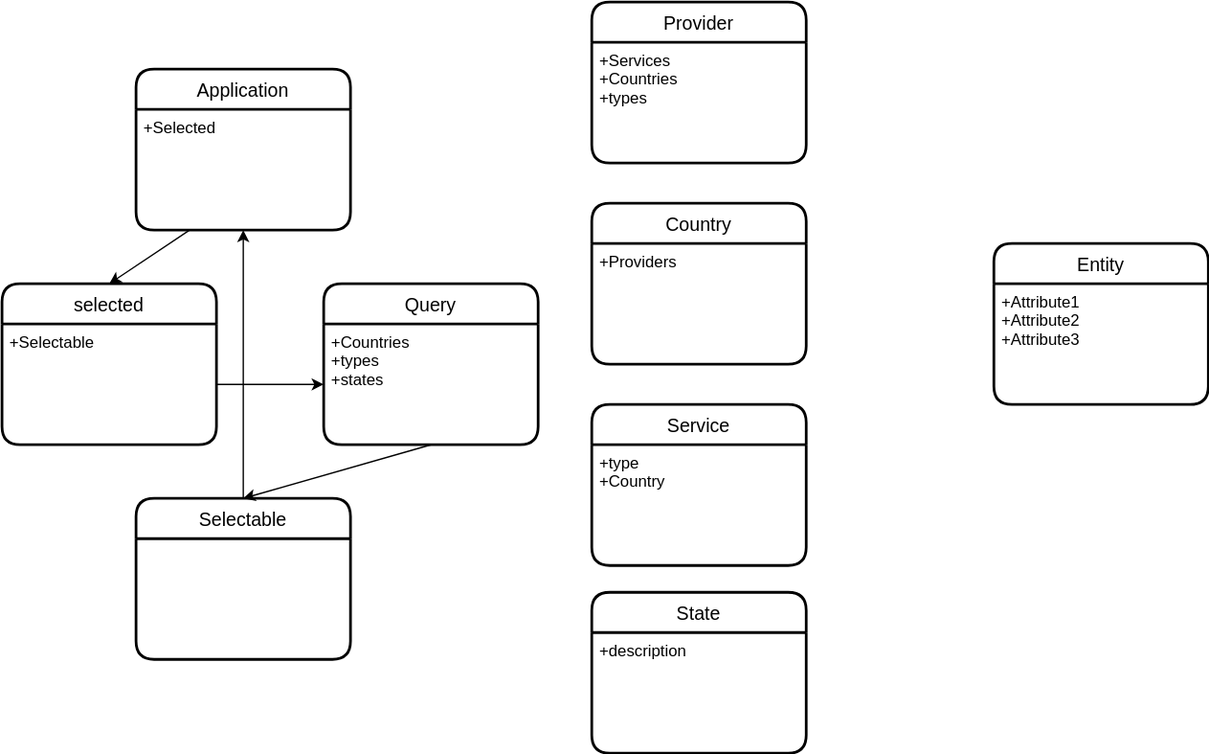
Geostartico/Trusted-list-browser keeps this draw.io diagram as documentation/domain model/Domain_diagram.svg. Above is the earlier version. Source tidied: cells renumbered, new cells last; positions are measured from the earlier drawing's top-left corner, leaving out a move shared by most shapes. Its diagram source:
```xml
<mxGraphModel>
  <root>
    <mxCell id="0" />
    <mxCell id="1" parent="0" />
    <mxCell id="2" value="Country" style="swimlane;horizontal=1;startSize=30;rounded=1;fontSize=14;fontStyle=0;strokeWidth=2;shadow=0;dashed=0;align=center;" parent="1" vertex="1">
      <mxGeometry x="440" y="150" width="160" height="120" as="geometry" />
    </mxCell>
    <mxCell id="3" value="+Providers" style="align=left;strokeColor=none;fillColor=none;spacingLeft=4;fontSize=12;verticalAlign=top;" parent="2" vertex="1">
      <mxGeometry y="30" width="160" height="90" as="geometry" />
    </mxCell>
    <mxCell id="4" value="Provider" style="swimlane;horizontal=1;startSize=30;rounded=1;fontSize=14;fontStyle=0;strokeWidth=2;shadow=0;dashed=0;align=center;" parent="1" vertex="1">
      <mxGeometry x="440" width="160" height="120" as="geometry" />
    </mxCell>
    <mxCell id="5" value="+Services&#10;+Countries&#10;+types" style="align=left;strokeColor=none;fillColor=none;spacingLeft=4;fontSize=12;verticalAlign=top;" parent="4" vertex="1">
      <mxGeometry y="30" width="160" height="90" as="geometry" />
    </mxCell>
    <mxCell id="6" value="Service" style="swimlane;horizontal=1;startSize=30;rounded=1;fontSize=14;fontStyle=0;strokeWidth=2;shadow=0;dashed=0;align=center;" parent="1" vertex="1">
      <mxGeometry x="440" y="300" width="160" height="120" as="geometry" />
    </mxCell>
    <mxCell id="7" value="+type&#10;+Country" style="align=left;strokeColor=none;fillColor=none;spacingLeft=4;fontSize=12;verticalAlign=top;" parent="6" vertex="1">
      <mxGeometry y="30" width="160" height="90" as="geometry" />
    </mxCell>
    <mxCell id="8" value="Query" style="swimlane;horizontal=1;startSize=30;rounded=1;fontSize=14;fontStyle=0;strokeWidth=2;shadow=0;dashed=0;align=center;" parent="1" vertex="1">
      <mxGeometry x="240" y="210" width="160" height="120" as="geometry" />
    </mxCell>
    <mxCell id="9" value="+Countries&#10;+types&#10;+states&#10;&#10;&#10;" style="align=left;strokeColor=none;fillColor=none;spacingLeft=4;fontSize=12;verticalAlign=top;" parent="8" vertex="1">
      <mxGeometry y="30" width="160" height="90" as="geometry" />
    </mxCell>
    <mxCell id="10" value="State" style="swimlane;horizontal=1;startSize=30;rounded=1;fontSize=14;fontStyle=0;strokeWidth=2;shadow=0;dashed=0;align=center;" parent="1" vertex="1">
      <mxGeometry x="440" y="440" width="160" height="120" as="geometry" />
    </mxCell>
    <mxCell id="11" value="+description" style="align=left;strokeColor=none;fillColor=none;spacingLeft=4;fontSize=12;verticalAlign=top;" parent="10" vertex="1">
      <mxGeometry y="30" width="160" height="90" as="geometry" />
    </mxCell>
    <mxCell id="12" style="edgeStyle=none;rounded=0;jettySize=auto;html=1;exitX=0.5;exitY=0;exitDx=0;exitDy=0;entryX=0.5;entryY=1;entryDx=0;entryDy=0;" parent="1" edge="1" source="13" target="17">
      <mxGeometry relative="1" as="geometry" />
    </mxCell>
    <mxCell id="13" value="Selectable" style="swimlane;horizontal=1;startSize=30;rounded=1;fontSize=14;fontStyle=0;strokeWidth=2;shadow=0;dashed=0;align=center;" parent="1" vertex="1">
      <mxGeometry x="100" y="370" width="160" height="120" as="geometry" />
    </mxCell>
    <mxCell id="14" value="selected" style="swimlane;horizontal=1;startSize=30;rounded=1;fontSize=14;fontStyle=0;strokeWidth=2;shadow=0;dashed=0;align=center;" parent="1" vertex="1">
      <mxGeometry y="210" width="160" height="120" as="geometry" />
    </mxCell>
    <mxCell id="15" value="+Selectable" style="align=left;strokeColor=none;fillColor=none;spacingLeft=4;fontSize=12;verticalAlign=top;" parent="14" vertex="1">
      <mxGeometry y="30" width="160" height="90" as="geometry" />
    </mxCell>
    <mxCell id="16" value="Application" style="swimlane;horizontal=1;startSize=30;rounded=1;fontSize=14;fontStyle=0;strokeWidth=2;shadow=0;dashed=0;align=center;" parent="1" vertex="1">
      <mxGeometry x="100" y="50" width="160" height="120" as="geometry" />
    </mxCell>
    <mxCell id="17" value="+Selected" style="align=left;strokeColor=none;fillColor=none;spacingLeft=4;fontSize=12;verticalAlign=top;" parent="16" vertex="1">
      <mxGeometry y="30" width="160" height="90" as="geometry" />
    </mxCell>
    <mxCell id="18" style="edgeStyle=none;rounded=0;jettySize=auto;html=1;exitX=0.5;exitY=1;exitDx=0;exitDy=0;entryX=0.5;entryY=0;entryDx=0;entryDy=0;" parent="1" edge="1" source="9" target="13">
      <mxGeometry relative="1" as="geometry" />
    </mxCell>
    <mxCell id="19" style="edgeStyle=none;rounded=0;jettySize=auto;html=1;exitX=0.25;exitY=1;exitDx=0;exitDy=0;entryX=0.5;entryY=0;entryDx=0;entryDy=0;" parent="1" edge="1" source="17" target="14">
      <mxGeometry relative="1" as="geometry" />
    </mxCell>
    <mxCell id="20" style="edgeStyle=none;rounded=0;jettySize=auto;html=1;exitX=1;exitY=0.5;exitDx=0;exitDy=0;" parent="1" edge="1" source="15" target="9">
      <mxGeometry relative="1" as="geometry" />
    </mxCell>
    <mxCell id="21" value="Entity" style="swimlane;horizontal=1;startSize=30;rounded=1;fontSize=14;fontStyle=0;strokeWidth=2;shadow=0;dashed=0;align=center;" parent="1" vertex="1">
      <mxGeometry x="740" y="180" width="160" height="120" as="geometry" />
    </mxCell>
    <mxCell id="22" value="+Attribute1&#10;+Attribute2&#10;+Attribute3" style="align=left;strokeColor=none;fillColor=none;spacingLeft=4;fontSize=12;verticalAlign=top;" parent="21" vertex="1">
      <mxGeometry y="30" width="160" height="90" as="geometry" />
    </mxCell>
  </root>
</mxGraphModel>
```
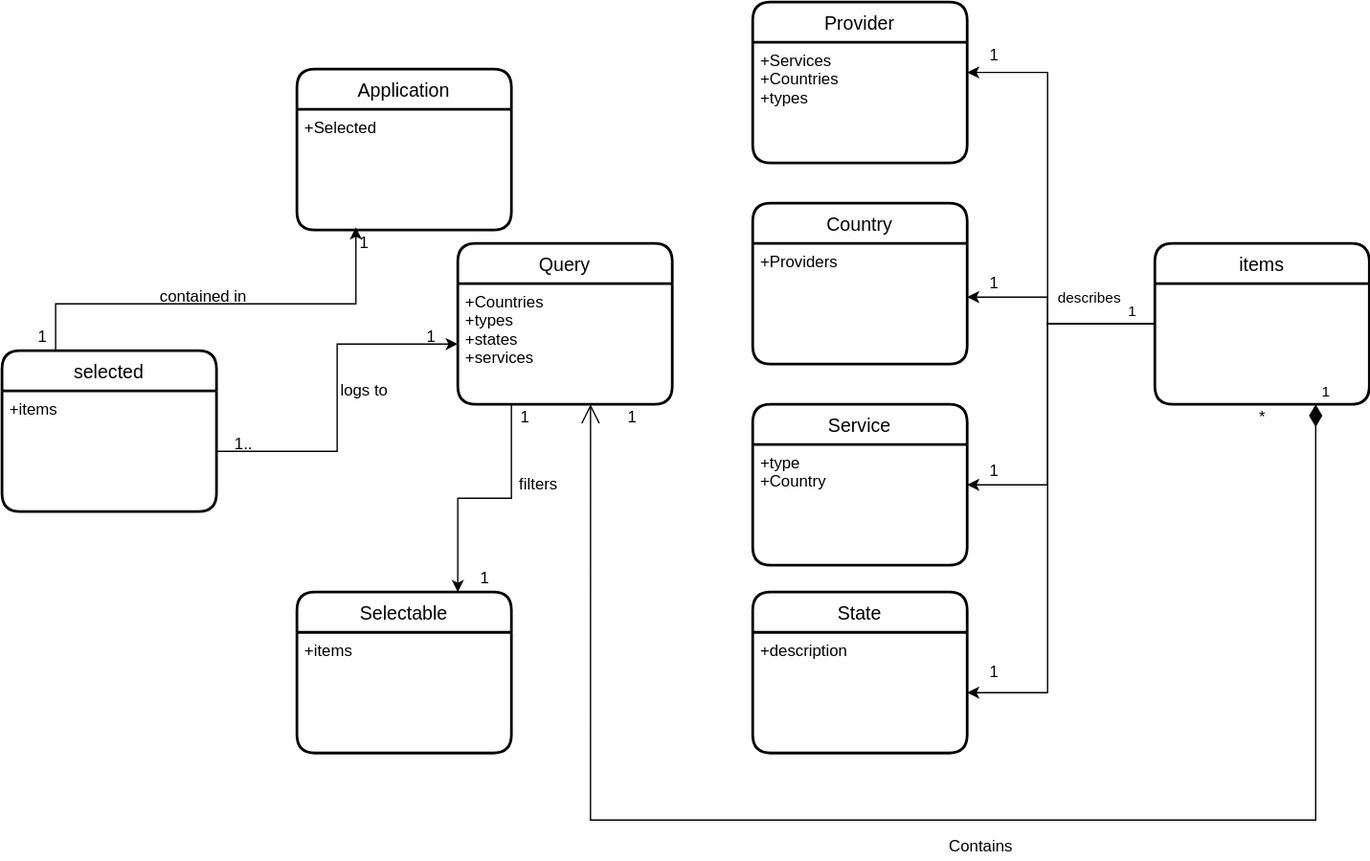
Later version of the same file.

Commit message:
modified domain diagram

The edit, as a diff of the source:
```diff
@@ -21,9 +21,9 @@
       <mxGeometry y="30" width="160" height="90" as="geometry" />
     </mxCell>
     <mxCell id="8" value="Query" style="swimlane;horizontal=1;startSize=30;rounded=1;fontSize=14;fontStyle=0;strokeWidth=2;shadow=0;dashed=0;align=center;" parent="1" vertex="1">
-      <mxGeometry x="240" y="210" width="160" height="120" as="geometry" />
+      <mxGeometry x="220" y="180" width="160" height="120" as="geometry" />
     </mxCell>
-    <mxCell id="9" value="+Countries&#10;+types&#10;+states&#10;&#10;&#10;" style="align=left;strokeColor=none;fillColor=none;spacingLeft=4;fontSize=12;verticalAlign=top;" parent="8" vertex="1">
+    <mxCell id="9" value="+Countries&#10;+types&#10;+states&#10;+services&#10;&#10;&#10;&#10;" style="align=left;strokeColor=none;fillColor=none;spacingLeft=4;fontSize=12;verticalAlign=top;" parent="8" vertex="1">
       <mxGeometry y="30" width="160" height="90" as="geometry" />
     </mxCell>
     <mxCell id="10" value="State" style="swimlane;horizontal=1;startSize=30;rounded=1;fontSize=14;fontStyle=0;strokeWidth=2;shadow=0;dashed=0;align=center;" parent="1" vertex="1">
@@ -32,16 +32,13 @@
     <mxCell id="11" value="+description" style="align=left;strokeColor=none;fillColor=none;spacingLeft=4;fontSize=12;verticalAlign=top;" parent="10" vertex="1">
       <mxGeometry y="30" width="160" height="90" as="geometry" />
     </mxCell>
-    <mxCell id="12" style="edgeStyle=none;rounded=0;jettySize=auto;html=1;exitX=0.5;exitY=0;exitDx=0;exitDy=0;entryX=0.5;entryY=1;entryDx=0;entryDy=0;" parent="1" edge="1" source="13" target="17">
-      <mxGeometry relative="1" as="geometry" />
-    </mxCell>
-    <mxCell id="13" value="Selectable" style="swimlane;horizontal=1;startSize=30;rounded=1;fontSize=14;fontStyle=0;strokeWidth=2;shadow=0;dashed=0;align=center;" parent="1" vertex="1">
-      <mxGeometry x="100" y="370" width="160" height="120" as="geometry" />
-    </mxCell>
+    <mxCell id="23" style="edgeStyle=orthogonalEdgeStyle;rounded=0;jettySize=auto;html=1;exitX=0.25;exitY=0;exitDx=0;exitDy=0;entryX=0.2;entryY=-0.1;entryDx=0;entryDy=0;entryPerimeter=0;" parent="1" edge="1" source="14" target="39">
+      <mxGeometry relative="1" as="geometry" />
+    </mxCell>
     <mxCell id="14" value="selected" style="swimlane;horizontal=1;startSize=30;rounded=1;fontSize=14;fontStyle=0;strokeWidth=2;shadow=0;dashed=0;align=center;" parent="1" vertex="1">
-      <mxGeometry y="210" width="160" height="120" as="geometry" />
+      <mxGeometry x="-120" y="260" width="160" height="120" as="geometry" />
     </mxCell>
-    <mxCell id="15" value="+Selectable" style="align=left;strokeColor=none;fillColor=none;spacingLeft=4;fontSize=12;verticalAlign=top;" parent="14" vertex="1">
+    <mxCell id="15" value="+items" style="align=left;strokeColor=none;fillColor=none;spacingLeft=4;fontSize=12;verticalAlign=top;" parent="14" vertex="1">
       <mxGeometry y="30" width="160" height="90" as="geometry" />
     </mxCell>
     <mxCell id="16" value="Application" style="swimlane;horizontal=1;startSize=30;rounded=1;fontSize=14;fontStyle=0;strokeWidth=2;shadow=0;dashed=0;align=center;" parent="1" vertex="1">
@@ -50,20 +47,119 @@
     <mxCell id="17" value="+Selected" style="align=left;strokeColor=none;fillColor=none;spacingLeft=4;fontSize=12;verticalAlign=top;" parent="16" vertex="1">
       <mxGeometry y="30" width="160" height="90" as="geometry" />
     </mxCell>
+    <mxCell id="24" style="edgeStyle=orthogonalEdgeStyle;rounded=0;jettySize=auto;html=1;exitX=0;exitY=0.5;exitDx=0;exitDy=0;entryX=1;entryY=0.25;entryDx=0;entryDy=0;" parent="1" edge="1" source="21" target="5">
+      <mxGeometry relative="1" as="geometry">
+        <Array as="points">
+          <mxPoint x="660" y="240" />
+          <mxPoint x="660" y="53" />
+        </Array>
+      </mxGeometry>
+    </mxCell>
+    <mxCell id="25" value="1" style="edgeLabel;html=1;align=center;verticalAlign=middle;" parent="24" vertex="1">
+      <mxGeometry x="-0.89" y="-1" relative="1" as="geometry">
+        <mxPoint y="-9" as="offset" />
+      </mxGeometry>
+    </mxCell>
+    <mxCell id="26" value="describes" style="edgeLabel;html=1;align=center;verticalAlign=middle;" parent="24" vertex="1">
+      <mxGeometry x="0.09" y="-2" relative="1" as="geometry">
+        <mxPoint x="28" y="79" as="offset" />
+      </mxGeometry>
+    </mxCell>
+    <mxCell id="27" style="edgeStyle=orthogonalEdgeStyle;rounded=0;jettySize=auto;html=1;" parent="1" edge="1" source="21">
+      <mxGeometry relative="1" as="geometry">
+        <mxPoint x="600" y="220" as="targetPoint" />
+        <Array as="points">
+          <mxPoint x="660" y="240" />
+          <mxPoint x="660" y="220" />
+        </Array>
+      </mxGeometry>
+    </mxCell>
+    <mxCell id="28" style="edgeStyle=orthogonalEdgeStyle;rounded=0;jettySize=auto;html=1;exitX=0;exitY=0.5;exitDx=0;exitDy=0;" parent="1" edge="1" source="21" target="6">
+      <mxGeometry relative="1" as="geometry">
+        <Array as="points">
+          <mxPoint x="660" y="240" />
+          <mxPoint x="660" y="360" />
+        </Array>
+      </mxGeometry>
+    </mxCell>
+    <mxCell id="29" style="edgeStyle=orthogonalEdgeStyle;rounded=0;jettySize=auto;html=1;exitX=0;exitY=0.5;exitDx=0;exitDy=0;entryX=1;entryY=0.5;entryDx=0;entryDy=0;" parent="1" edge="1" source="21" target="11">
+      <mxGeometry relative="1" as="geometry">
+        <Array as="points">
+          <mxPoint x="660" y="240" />
+          <mxPoint x="660" y="515" />
+        </Array>
+      </mxGeometry>
+    </mxCell>
+    <mxCell id="21" value="items" style="swimlane;horizontal=1;startSize=30;rounded=1;fontSize=14;fontStyle=0;strokeWidth=2;shadow=0;dashed=0;align=center;" parent="1" vertex="1">
+      <mxGeometry x="740" y="180" width="160" height="120" as="geometry" />
+    </mxCell>
+    <mxCell id="13" value="Selectable" style="swimlane;horizontal=1;startSize=30;rounded=1;fontSize=14;fontStyle=0;strokeWidth=2;shadow=0;dashed=0;align=center;" parent="1" vertex="1">
+      <mxGeometry x="100" y="440" width="160" height="120" as="geometry" />
+    </mxCell>
+    <mxCell id="30" value="+items&#10;" style="align=left;strokeColor=none;fillColor=none;spacingLeft=4;fontSize=12;verticalAlign=top;" parent="13" vertex="1">
+      <mxGeometry y="30" width="160" height="90" as="geometry" />
+    </mxCell>
+    <mxCell id="31" value="1" style="text;html=1;align=center;verticalAlign=middle;strokeColor=none;fillColor=none;" parent="1" vertex="1">
+      <mxGeometry x="610" y="30" width="20" height="20" as="geometry" />
+    </mxCell>
+    <mxCell id="32" value="1" style="text;html=1;align=center;verticalAlign=middle;strokeColor=none;fillColor=none;" parent="1" vertex="1">
+      <mxGeometry x="610" y="200" width="20" height="20" as="geometry" />
+    </mxCell>
+    <mxCell id="33" value="1" style="text;html=1;align=center;verticalAlign=middle;strokeColor=none;fillColor=none;" parent="1" vertex="1">
+      <mxGeometry x="610" y="340" width="20" height="20" as="geometry" />
+    </mxCell>
+    <mxCell id="34" value="1" style="text;html=1;align=center;verticalAlign=middle;strokeColor=none;fillColor=none;" parent="1" vertex="1">
+      <mxGeometry x="610" y="490" width="20" height="20" as="geometry" />
+    </mxCell>
+    <mxCell id="35" value="Contains" style="text;html=1;align=center;verticalAlign=middle;strokeColor=none;fillColor=none;" parent="1" vertex="1">
+      <mxGeometry x="580" y="620" width="60" height="20" as="geometry" />
+    </mxCell>
+    <mxCell id="36" value="*" style="text;html=1;align=center;verticalAlign=middle;strokeColor=none;fillColor=none;" parent="1" vertex="1">
+      <mxGeometry x="810" y="300" width="20" height="20" as="geometry" />
+    </mxCell>
+    <mxCell id="37" value="1" style="text;html=1;align=center;verticalAlign=middle;strokeColor=none;fillColor=none;" parent="1" vertex="1">
+      <mxGeometry x="340" y="300" width="20" height="20" as="geometry" />
+    </mxCell>
+    <mxCell id="20" style="edgeStyle=orthogonalEdgeStyle;rounded=0;jettySize=auto;html=1;exitX=1;exitY=0.5;exitDx=0;exitDy=0;entryX=0;entryY=0.5;entryDx=0;entryDy=0;" parent="1" edge="1" source="15" target="9">
+      <mxGeometry relative="1" as="geometry" />
+    </mxCell>
+    <mxCell id="38" value="contained in" style="text;html=1;align=center;verticalAlign=middle;strokeColor=none;fillColor=none;" parent="1" vertex="1">
+      <mxGeometry x="-10" y="210" width="80" height="20" as="geometry" />
+    </mxCell>
+    <mxCell id="39" value="1" style="text;html=1;align=center;verticalAlign=middle;points=[];strokeColor=none;fillColor=none;" parent="1" vertex="1">
+      <mxGeometry x="140" y="170" width="20" height="20" as="geometry" />
+    </mxCell>
+    <mxCell id="40" value="1" style="text;html=1;align=center;verticalAlign=middle;strokeColor=none;fillColor=none;" parent="1" vertex="1">
+      <mxGeometry x="-100" y="240" width="20" height="20" as="geometry" />
+    </mxCell>
+    <mxCell id="41" value="1" style="endArrow=open;html=1;endSize=12;startArrow=diamondThin;startSize=14;startFill=1;edgeStyle=orthogonalEdgeStyle;align=left;verticalAlign=bottom;rounded=0;exitX=0.75;exitY=1;exitDx=0;exitDy=0;entryX=0.619;entryY=1;entryDx=0;entryDy=0;entryPerimeter=0;" parent="1" edge="1" source="21" target="9">
+      <mxGeometry x="-1" y="3" relative="1" as="geometry">
+        <Array as="points">
+          <mxPoint x="860" y="610" />
+          <mxPoint x="319" y="610" />
+        </Array>
+      </mxGeometry>
+    </mxCell>
-    <mxCell id="18" style="edgeStyle=none;rounded=0;jettySize=auto;html=1;exitX=0.5;exitY=1;exitDx=0;exitDy=0;entryX=0.5;entryY=0;entryDx=0;entryDy=0;" parent="1" edge="1" source="9" target="13">
+    <mxCell id="18" style="edgeStyle=orthogonalEdgeStyle;rounded=0;jettySize=auto;html=1;exitX=0.25;exitY=1;exitDx=0;exitDy=0;entryX=0.75;entryY=0;entryDx=0;entryDy=0;" parent="1" edge="1" source="9" target="13">
       <mxGeometry relative="1" as="geometry" />
     </mxCell>
-    <mxCell id="19" style="edgeStyle=none;rounded=0;jettySize=auto;html=1;exitX=0.25;exitY=1;exitDx=0;exitDy=0;entryX=0.5;entryY=0;entryDx=0;entryDy=0;" parent="1" edge="1" source="17" target="14">
-      <mxGeometry relative="1" as="geometry" />
-    </mxCell>
-    <mxCell id="20" style="edgeStyle=none;rounded=0;jettySize=auto;html=1;exitX=1;exitY=0.5;exitDx=0;exitDy=0;" parent="1" edge="1" source="15" target="9">
-      <mxGeometry relative="1" as="geometry" />
-    </mxCell>
-    <mxCell id="21" value="Entity" style="swimlane;horizontal=1;startSize=30;rounded=1;fontSize=14;fontStyle=0;strokeWidth=2;shadow=0;dashed=0;align=center;" parent="1" vertex="1">
-      <mxGeometry x="740" y="180" width="160" height="120" as="geometry" />
-    </mxCell>
-    <mxCell id="22" value="+Attribute1&#10;+Attribute2&#10;+Attribute3" style="align=left;strokeColor=none;fillColor=none;spacingLeft=4;fontSize=12;verticalAlign=top;" parent="21" vertex="1">
-      <mxGeometry y="30" width="160" height="90" as="geometry" />
-    </mxCell>
+    <mxCell id="42" value="filters" style="text;html=1;align=center;verticalAlign=middle;strokeColor=none;fillColor=none;" parent="1" vertex="1">
+      <mxGeometry x="260" y="350" width="40" height="20" as="geometry" />
+    </mxCell>
+    <mxCell id="43" value="1" style="text;html=1;align=center;verticalAlign=middle;strokeColor=none;fillColor=none;" parent="1" vertex="1">
+      <mxGeometry x="260" y="300" width="20" height="20" as="geometry" />
+    </mxCell>
+    <mxCell id="44" value="&lt;div&gt;1&lt;/div&gt;" style="text;html=1;align=center;verticalAlign=middle;strokeColor=none;fillColor=none;" parent="1" vertex="1">
+      <mxGeometry x="230" y="420" width="20" height="20" as="geometry" />
+    </mxCell>
+    <mxCell id="45" value="1.." style="text;html=1;align=center;verticalAlign=middle;strokeColor=none;fillColor=none;" parent="1" vertex="1">
+      <mxGeometry x="45" y="320" width="30" height="20" as="geometry" />
+    </mxCell>
+    <mxCell id="46" value="logs to" style="text;html=1;align=center;verticalAlign=middle;strokeColor=none;fillColor=none;" parent="1" vertex="1">
+      <mxGeometry x="125" y="280" width="50" height="20" as="geometry" />
+    </mxCell>
+    <mxCell id="47" value="1" style="text;html=1;align=center;verticalAlign=middle;strokeColor=none;fillColor=none;" parent="1" vertex="1">
+      <mxGeometry x="190" y="240" width="20" height="20" as="geometry" />
+    </mxCell>
   </root>
 </mxGraphModel>
```
